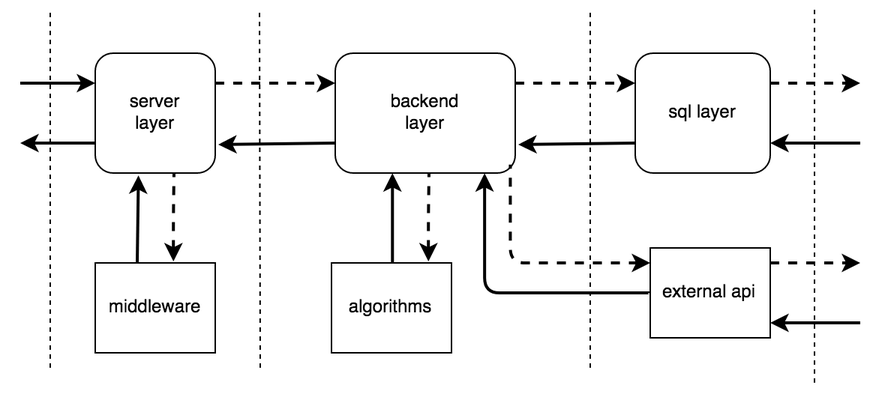
toidiu/talk_rust_belt_rust_2019 keeps this draw.io diagram as design_lifetimes_system5.png. Above is the earlier version. Source tidied: cells renumbered, new cells last; positions are measured from the earlier drawing's top-left corner, leaving out a move shared by most shapes.
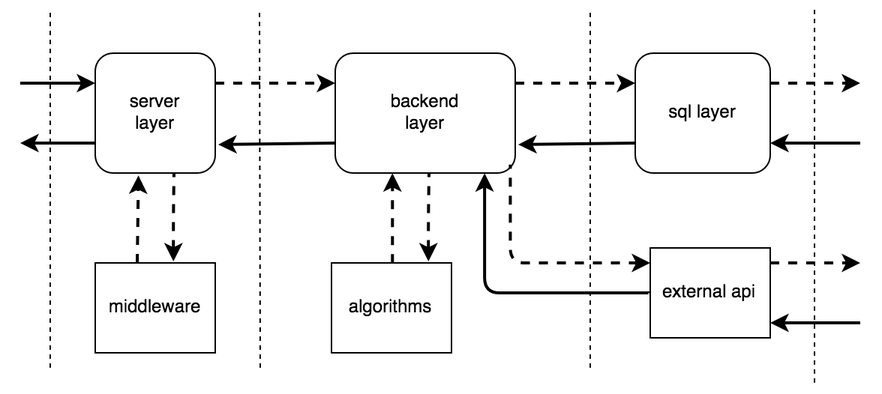
Above is the later version.

What changed in the source:
```diff
@@ -67,10 +67,10 @@
         <mxPoint x="132" y="91" as="targetPoint" />
       </mxGeometry>
     </mxCell>
-    <mxCell id="17" style="endArrow=classic;startArrow=none;html=1;strokeColor=#000000;strokeWidth=2;entryX=0.36;entryY=1.02;entryDx=0;entryDy=0;exitX=0.35;exitY=0;exitDx=0;exitDy=0;exitPerimeter=0;entryPerimeter=0;startFill=0;" parent="1" edge="1" source="10" target="2">
+    <mxCell id="17" style="endArrow=classic;startArrow=none;html=1;strokeColor=#000000;strokeWidth=2;entryX=0.36;entryY=1.02;entryDx=0;entryDy=0;exitX=0.35;exitY=0;exitDx=0;exitDy=0;exitPerimeter=0;entryPerimeter=0;startFill=0;dashed=1;" parent="1" edge="1" source="10" target="2">
       <mxGeometry relative="1" as="geometry" />
     </mxCell>
-    <mxCell id="18" style="endArrow=classic;startArrow=none;html=1;strokeColor=#000000;strokeWidth=2;entryX=0.315;entryY=1.009;entryDx=0;entryDy=0;entryPerimeter=0;edgeStyle=elbowEdgeStyle;elbow=vertical;startFill=0;exitX=0.5;exitY=0;exitDx=0;exitDy=0;" parent="1" edge="1" source="13" target="4">
+    <mxCell id="18" style="endArrow=classic;startArrow=none;html=1;strokeColor=#000000;strokeWidth=2;entryX=0.315;entryY=1.009;entryDx=0;entryDy=0;entryPerimeter=0;edgeStyle=elbowEdgeStyle;elbow=vertical;startFill=0;exitX=0.5;exitY=0;exitDx=0;exitDy=0;dashed=1;" parent="1" edge="1" source="13" target="4">
       <mxGeometry relative="1" as="geometry" />
     </mxCell>
     <mxCell id="19" style="endArrow=classic;html=1;strokeWidth=2;endSize=6;startSize=6;exitX=0;exitY=0.75;exitDx=0;exitDy=0;" parent="1" edge="1" source="2">
```
